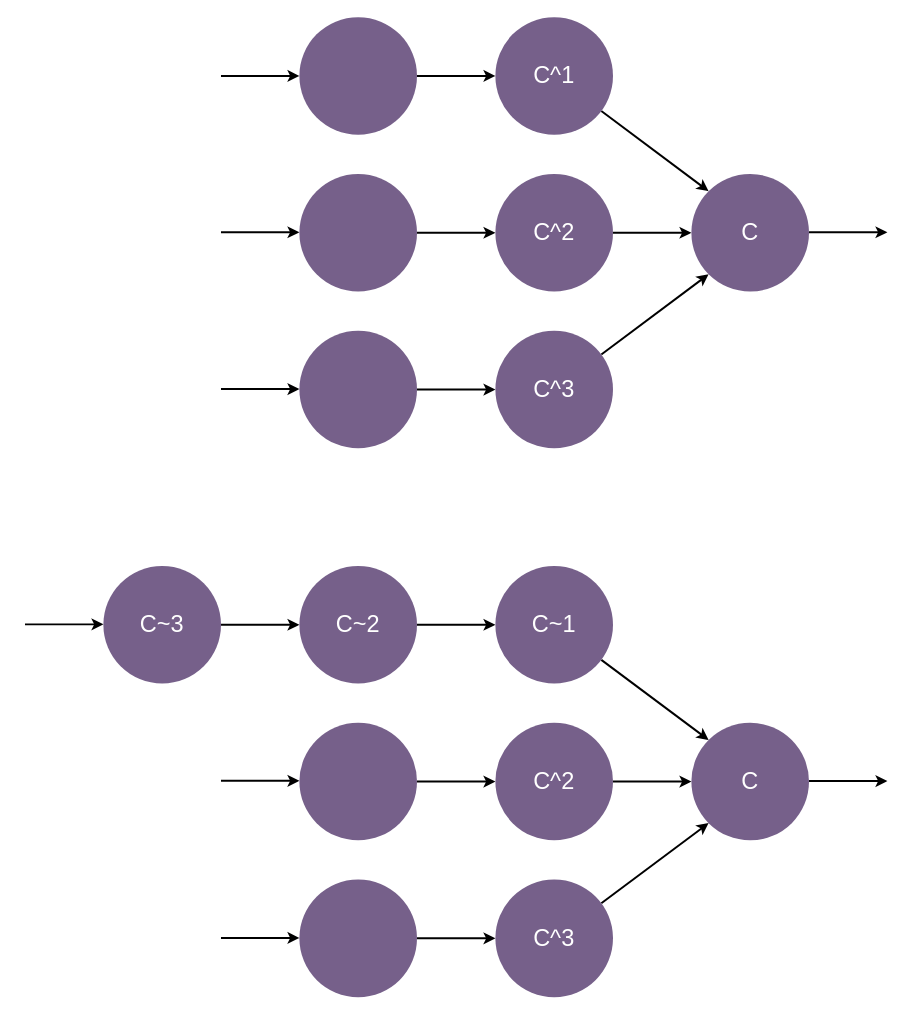
This is page "commit-name" (13 of 16) of git.drawio from hanning0511/git, a draw.io file, before an edit. Source tidied: cells renumbered, new cells numbered last; positions are measured from the earlier drawing's top-left corner, leaving out a move shared by most shapes. Both pictures are drawn from the tidied source at 98%, with x=0, y=0 at pixel (24, 17).
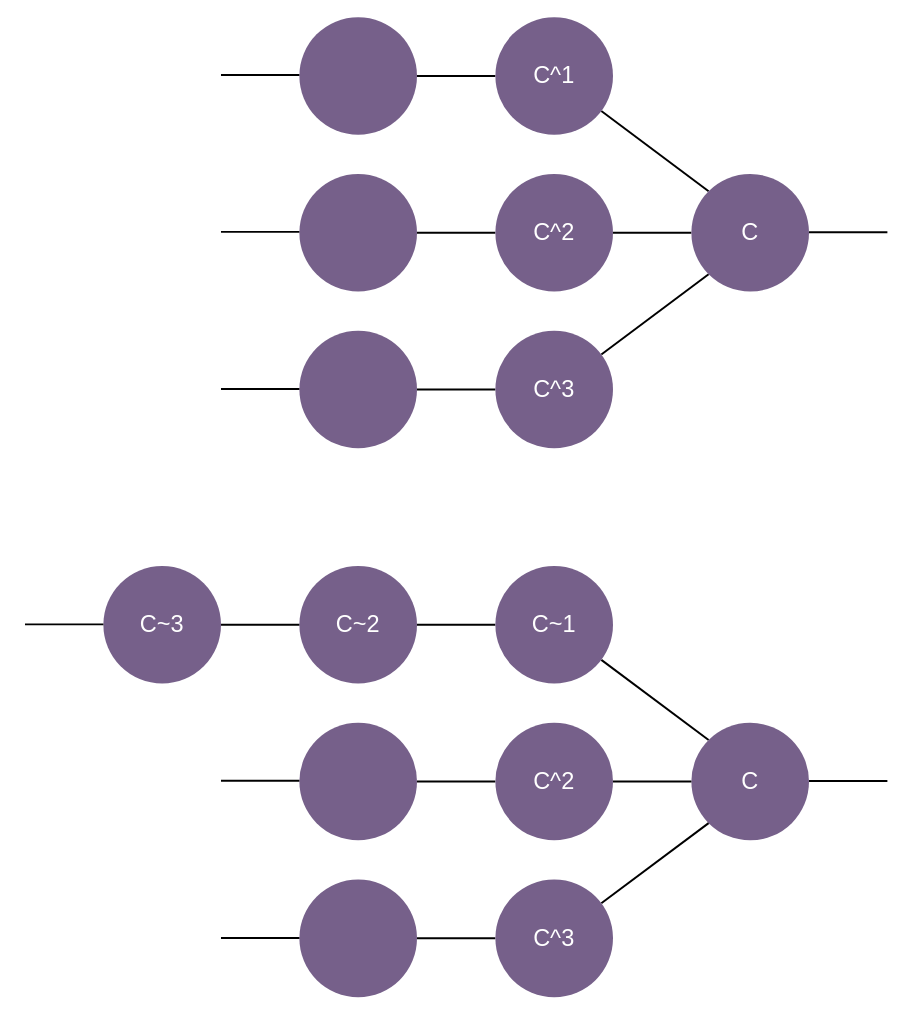
Above is the later version.

The change refers to these unchanged cells:
```xml
<mxCell id="3" style="ellipse;whiteSpace=wrap;html=1;fontSize=24;fillColor=#76608a;fontColor=#ffffff;strokeColor=none;" parent="1" vertex="1">
  <mxGeometry x="280" width="120" height="120" as="geometry" />
</mxCell>
<mxCell id="5" value="C^1" style="ellipse;whiteSpace=wrap;html=1;fontSize=24;fillColor=#76608a;fontColor=#ffffff;strokeColor=none;" parent="1" vertex="1">
  <mxGeometry x="480" width="120" height="120" as="geometry" />
</mxCell>
<mxCell id="7" style="ellipse;whiteSpace=wrap;html=1;fontSize=24;fillColor=#76608a;fontColor=#ffffff;strokeColor=none;" parent="1" vertex="1">
  <mxGeometry x="280" y="160" width="120" height="120" as="geometry" />
</mxCell>
<mxCell id="9" value="C^2" style="ellipse;whiteSpace=wrap;html=1;fontSize=24;fillColor=#76608a;fontColor=#ffffff;strokeColor=none;" parent="1" vertex="1">
  <mxGeometry x="480" y="160" width="120" height="120" as="geometry" />
</mxCell>
<mxCell id="11" style="ellipse;whiteSpace=wrap;html=1;fontSize=24;fillColor=#76608a;fontColor=#ffffff;strokeColor=none;" parent="1" vertex="1">
  <mxGeometry x="280" y="320" width="120" height="120" as="geometry" />
</mxCell>
<mxCell id="13" value="C^3" style="ellipse;whiteSpace=wrap;html=1;fontSize=24;fillColor=#76608a;fontColor=#ffffff;strokeColor=none;" parent="1" vertex="1">
  <mxGeometry x="480" y="320" width="120" height="120" as="geometry" />
</mxCell>
<mxCell id="14" value="C" style="ellipse;whiteSpace=wrap;html=1;fontSize=24;fillColor=#76608a;fontColor=#ffffff;strokeColor=none;" parent="1" vertex="1">
  <mxGeometry x="680" y="160" width="120" height="120" as="geometry" />
</mxCell>
<mxCell id="16" value="C~2" style="ellipse;whiteSpace=wrap;html=1;fontSize=24;fillColor=#76608a;fontColor=#ffffff;strokeColor=none;" parent="1" vertex="1">
  <mxGeometry x="280" y="560" width="120" height="120" as="geometry" />
</mxCell>
<mxCell id="18" value="C~1" style="ellipse;whiteSpace=wrap;html=1;fontSize=24;fillColor=#76608a;fontColor=#ffffff;strokeColor=none;" parent="1" vertex="1">
  <mxGeometry x="480" y="560" width="120" height="120" as="geometry" />
</mxCell>
<mxCell id="20" value="C~3" style="ellipse;whiteSpace=wrap;html=1;fontSize=24;fillColor=#76608a;fontColor=#ffffff;strokeColor=none;" parent="1" vertex="1">
  <mxGeometry x="80" y="560" width="120" height="120" as="geometry" />
</mxCell>
<mxCell id="21" value="C" style="ellipse;whiteSpace=wrap;html=1;fontSize=24;fillColor=#76608a;fontColor=#ffffff;strokeColor=none;" parent="1" vertex="1">
  <mxGeometry x="680" y="720" width="120" height="120" as="geometry" />
</mxCell>
<mxCell id="23" style="ellipse;whiteSpace=wrap;html=1;fontSize=24;fillColor=#76608a;fontColor=#ffffff;strokeColor=none;" parent="1" vertex="1">
  <mxGeometry x="280" y="720" width="120" height="120" as="geometry" />
</mxCell>
<mxCell id="25" value="C^2" style="ellipse;whiteSpace=wrap;html=1;fontSize=24;fillColor=#76608a;fontColor=#ffffff;strokeColor=none;" parent="1" vertex="1">
  <mxGeometry x="480" y="720" width="120" height="120" as="geometry" />
</mxCell>
<mxCell id="27" style="ellipse;whiteSpace=wrap;html=1;fontSize=24;fillColor=#76608a;fontColor=#ffffff;strokeColor=none;" parent="1" vertex="1">
  <mxGeometry x="280" y="880" width="120" height="120" as="geometry" />
</mxCell>
<mxCell id="29" value="C^3" style="ellipse;whiteSpace=wrap;html=1;fontSize=24;fillColor=#76608a;fontColor=#ffffff;strokeColor=none;" parent="1" vertex="1">
  <mxGeometry x="480" y="880" width="120" height="120" as="geometry" />
</mxCell>
```

What changed in the source:
```diff
@@
-    <mxCell id="2" style="edgeStyle=orthogonalEdgeStyle;rounded=0;jettySize=auto;html=1;strokeWidth=2;" parent="1" edge="1" source="3" target="5">
+    <mxCell id="2" style="edgeStyle=orthogonalEdgeStyle;rounded=0;jettySize=auto;html=1;strokeWidth=2;endArrow=none;endFill=0;" parent="1" edge="1" source="3" target="5">
       <mxGeometry relative="1" as="geometry" />
     </mxCell>
@@
-    <mxCell id="4" style="rounded=0;jettySize=auto;html=1;entryX=0;entryY=0;entryDx=0;entryDy=0;strokeWidth=2;" parent="1" edge="1" source="5" target="14">
+    <mxCell id="4" style="rounded=0;jettySize=auto;html=1;entryX=0;entryY=0;entryDx=0;entryDy=0;strokeWidth=2;endArrow=none;endFill=0;" parent="1" edge="1" source="5" target="14">
       <mxGeometry relative="1" as="geometry" />
     </mxCell>
@@
-    <mxCell id="6" style="edgeStyle=orthogonalEdgeStyle;rounded=0;jettySize=auto;html=1;strokeWidth=2;" parent="1" edge="1" source="7" target="9">
+    <mxCell id="6" style="edgeStyle=orthogonalEdgeStyle;rounded=0;jettySize=auto;html=1;strokeWidth=2;endArrow=none;endFill=0;" parent="1" edge="1" source="7" target="9">
       <mxGeometry relative="1" as="geometry" />
     </mxCell>
@@
-    <mxCell id="8" style="edgeStyle=none;rounded=0;jettySize=auto;html=1;strokeWidth=2;" parent="1" edge="1" source="9" target="14">
+    <mxCell id="8" style="edgeStyle=none;rounded=0;jettySize=auto;html=1;strokeWidth=2;endArrow=none;endFill=0;" parent="1" edge="1" source="9" target="14">
       <mxGeometry relative="1" as="geometry" />
     </mxCell>
@@
-    <mxCell id="10" style="edgeStyle=orthogonalEdgeStyle;rounded=0;jettySize=auto;html=1;strokeWidth=2;" parent="1" edge="1" source="11" target="13">
+    <mxCell id="10" style="edgeStyle=orthogonalEdgeStyle;rounded=0;jettySize=auto;html=1;strokeWidth=2;endArrow=none;endFill=0;" parent="1" edge="1" source="11" target="13">
       <mxGeometry relative="1" as="geometry" />
     </mxCell>
@@
-    <mxCell id="12" style="edgeStyle=none;rounded=0;jettySize=auto;html=1;entryX=0;entryY=1;entryDx=0;entryDy=0;strokeWidth=2;" parent="1" edge="1" source="13" target="14">
+    <mxCell id="12" style="edgeStyle=none;rounded=0;jettySize=auto;html=1;entryX=0;entryY=1;entryDx=0;entryDy=0;strokeWidth=2;endArrow=none;endFill=0;" parent="1" edge="1" source="13" target="14">
       <mxGeometry relative="1" as="geometry" />
     </mxCell>
@@
-    <mxCell id="15" style="edgeStyle=none;rounded=0;jettySize=auto;html=1;strokeWidth=2;" parent="1" edge="1" source="16" target="18">
+    <mxCell id="15" style="edgeStyle=none;rounded=0;jettySize=auto;html=1;strokeWidth=2;endArrow=none;endFill=0;" parent="1" edge="1" source="16" target="18">
       <mxGeometry relative="1" as="geometry" />
     </mxCell>
@@
-    <mxCell id="17" style="edgeStyle=none;rounded=0;jettySize=auto;html=1;entryX=0;entryY=0;entryDx=0;entryDy=0;strokeWidth=2;" parent="1" edge="1" source="18" target="21">
+    <mxCell id="17" style="edgeStyle=none;rounded=0;jettySize=auto;html=1;entryX=0;entryY=0;entryDx=0;entryDy=0;strokeWidth=2;endArrow=none;endFill=0;" parent="1" edge="1" source="18" target="21">
       <mxGeometry relative="1" as="geometry" />
     </mxCell>
@@
-    <mxCell id="19" style="edgeStyle=none;rounded=0;jettySize=auto;html=1;strokeWidth=2;" parent="1" edge="1" source="20" target="16">
+    <mxCell id="19" style="edgeStyle=none;rounded=0;jettySize=auto;html=1;strokeWidth=2;endArrow=none;endFill=0;" parent="1" edge="1" source="20" target="16">
       <mxGeometry relative="1" as="geometry" />
     </mxCell>
@@
-    <mxCell id="22" style="edgeStyle=orthogonalEdgeStyle;rounded=0;jettySize=auto;html=1;strokeWidth=2;" parent="1" edge="1" source="23" target="25">
+    <mxCell id="22" style="edgeStyle=orthogonalEdgeStyle;rounded=0;jettySize=auto;html=1;strokeWidth=2;endArrow=none;endFill=0;" parent="1" edge="1" source="23" target="25">
       <mxGeometry relative="1" as="geometry" />
     </mxCell>
@@
-    <mxCell id="24" style="edgeStyle=none;rounded=0;jettySize=auto;html=1;strokeWidth=2;" parent="1" edge="1" source="25" target="21">
+    <mxCell id="24" style="edgeStyle=none;rounded=0;jettySize=auto;html=1;strokeWidth=2;endArrow=none;endFill=0;" parent="1" edge="1" source="25" target="21">
       <mxGeometry relative="1" as="geometry" />
     </mxCell>
@@
-    <mxCell id="26" style="edgeStyle=orthogonalEdgeStyle;rounded=0;jettySize=auto;html=1;strokeWidth=2;" parent="1" edge="1" source="27" target="29">
+    <mxCell id="26" style="edgeStyle=orthogonalEdgeStyle;rounded=0;jettySize=auto;html=1;strokeWidth=2;endArrow=none;endFill=0;" parent="1" edge="1" source="27" target="29">
       <mxGeometry relative="1" as="geometry" />
     </mxCell>
@@
-    <mxCell id="28" style="edgeStyle=none;rounded=0;jettySize=auto;html=1;entryX=0;entryY=1;entryDx=0;entryDy=0;strokeWidth=2;" parent="1" edge="1" source="29" target="21">
+    <mxCell id="28" style="edgeStyle=none;rounded=0;jettySize=auto;html=1;entryX=0;entryY=1;entryDx=0;entryDy=0;strokeWidth=2;endArrow=none;endFill=0;" parent="1" edge="1" source="29" target="21">
       <mxGeometry relative="1" as="geometry" />
     </mxCell>
@@
-    <mxCell id="30" style="endArrow=classic;html=1;rounded=0;strokeWidth=2;" parent="1" edge="1">
-      <mxGeometry relative="1" as="geometry">
-        <mxPoint x="200" y="60" as="sourcePoint" />
-        <mxPoint x="280" y="60" as="targetPoint" />
-      </mxGeometry>
-    </mxCell>
-    <mxCell id="31" style="endArrow=classic;html=1;rounded=0;strokeWidth=2;" parent="1" edge="1">
-      <mxGeometry relative="1" as="geometry">
-        <mxPoint x="200" y="219.5" as="sourcePoint" />
-        <mxPoint x="280" y="219.5" as="targetPoint" />
-      </mxGeometry>
-    </mxCell>
-    <mxCell id="32" style="endArrow=classic;html=1;rounded=0;strokeWidth=2;" parent="1" edge="1">
+    <mxCell id="32" style="endArrow=none;html=1;rounded=0;strokeWidth=2;endFill=0;" parent="1" edge="1">
       <mxGeometry relative="1" as="geometry">
         <mxPoint x="200" y="379.5" as="sourcePoint" />
         <mxPoint x="280" y="379.5" as="targetPoint" />
       </mxGeometry>
     </mxCell>
-    <mxCell id="33" style="endArrow=classic;html=1;rounded=0;strokeWidth=2;" parent="1" edge="1">
+    <mxCell id="33" style="endArrow=none;html=1;rounded=0;strokeWidth=2;endFill=0;" parent="1" edge="1">
       <mxGeometry relative="1" as="geometry">
         <mxPoint x="800" y="219.5" as="sourcePoint" />
         <mxPoint x="880" y="219.5" as="targetPoint" />
       </mxGeometry>
     </mxCell>
-    <mxCell id="34" style="endArrow=classic;html=1;rounded=0;strokeWidth=2;" parent="1" edge="1">
+    <mxCell id="34" style="endArrow=none;html=1;rounded=0;strokeWidth=2;endFill=0;" parent="1" edge="1">
       <mxGeometry relative="1" as="geometry">
         <mxPoint x="800" y="779.5" as="sourcePoint" />
         <mxPoint x="880" y="779.5" as="targetPoint" />
       </mxGeometry>
     </mxCell>
-    <mxCell id="35" style="endArrow=classic;html=1;rounded=0;strokeWidth=2;" parent="1" edge="1">
+    <mxCell id="35" style="endArrow=none;html=1;rounded=0;strokeWidth=2;endFill=0;" parent="1" edge="1">
       <mxGeometry relative="1" as="geometry">
         <mxPoint x="200" y="779.2" as="sourcePoint" />
         <mxPoint x="280" y="779.2" as="targetPoint" />
       </mxGeometry>
     </mxCell>
-    <mxCell id="36" style="endArrow=classic;html=1;rounded=0;strokeWidth=2;" parent="1" edge="1">
+    <mxCell id="36" style="endArrow=none;html=1;rounded=0;strokeWidth=2;endFill=0;" parent="1" edge="1">
       <mxGeometry relative="1" as="geometry">
         <mxPoint x="200" y="939.6" as="sourcePoint" />
         <mxPoint x="280" y="939.6" as="targetPoint" />
       </mxGeometry>
     </mxCell>
-    <mxCell id="37" style="endArrow=classic;html=1;rounded=0;strokeWidth=2;" parent="1" edge="1">
+    <mxCell id="37" style="endArrow=none;html=1;rounded=0;strokeWidth=2;endFill=0;" parent="1" edge="1">
       <mxGeometry relative="1" as="geometry">
         <mxPoint y="619.6" as="sourcePoint" />
         <mxPoint x="80" y="619.6" as="targetPoint" />
       </mxGeometry>
     </mxCell>
+    <mxCell id="38" style="endArrow=none;html=1;rounded=0;strokeWidth=2;endFill=0;" parent="1" edge="1">
+      <mxGeometry relative="1" as="geometry">
+        <mxPoint x="200" y="219.1" as="sourcePoint" />
+        <mxPoint x="280" y="219.1" as="targetPoint" />
+      </mxGeometry>
+    </mxCell>
+    <mxCell id="39" style="endArrow=none;html=1;rounded=0;strokeWidth=2;endFill=0;" parent="1" edge="1">
+      <mxGeometry relative="1" as="geometry">
+        <mxPoint x="200" y="59.1" as="sourcePoint" />
+        <mxPoint x="280" y="59.1" as="targetPoint" />
+      </mxGeometry>
+    </mxCell>
```
